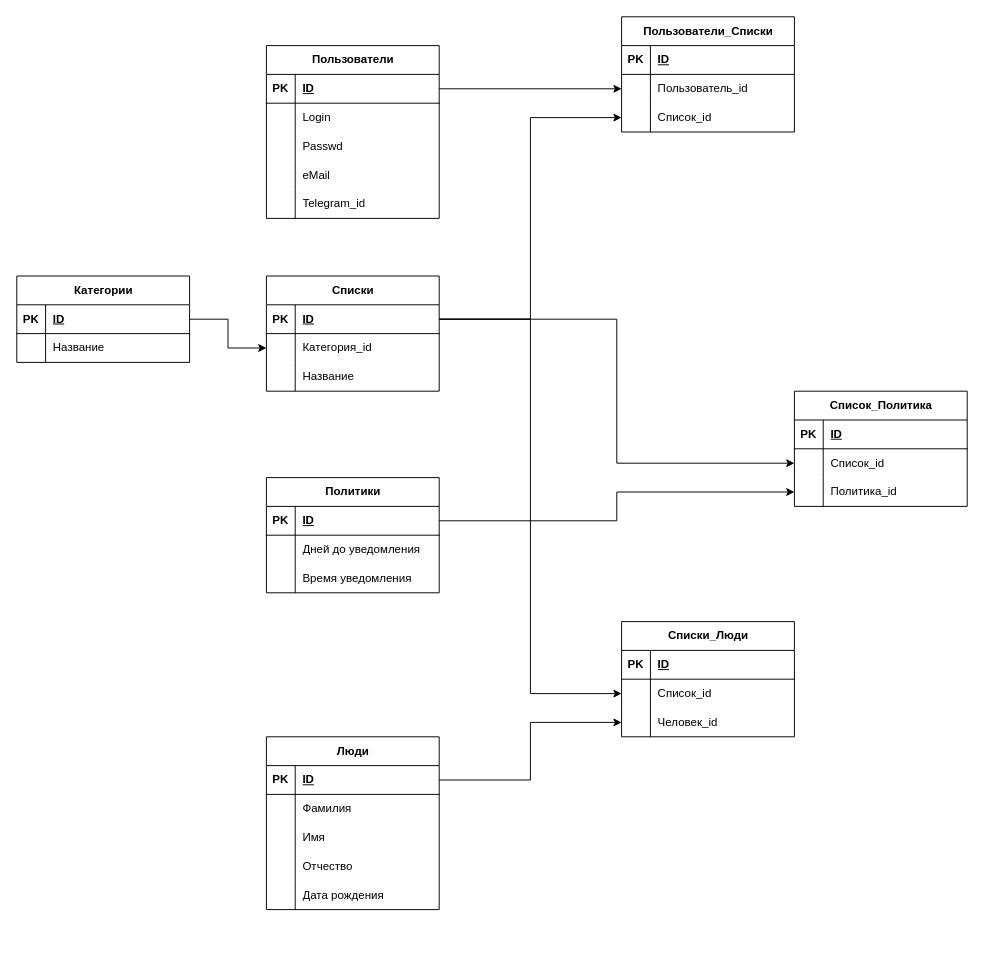
Above: Документация/структура БД.drawio in Kgn43/BDay (draw.io), before the change. Source tidied: cells renumbered, new cells numbered last; positions are measured from the earlier drawing's top-left corner, leaving out a move shared by most shapes. Both pictures are drawn from the tidied source at 96%, with x=0, y=0 at pixel (16, 16).
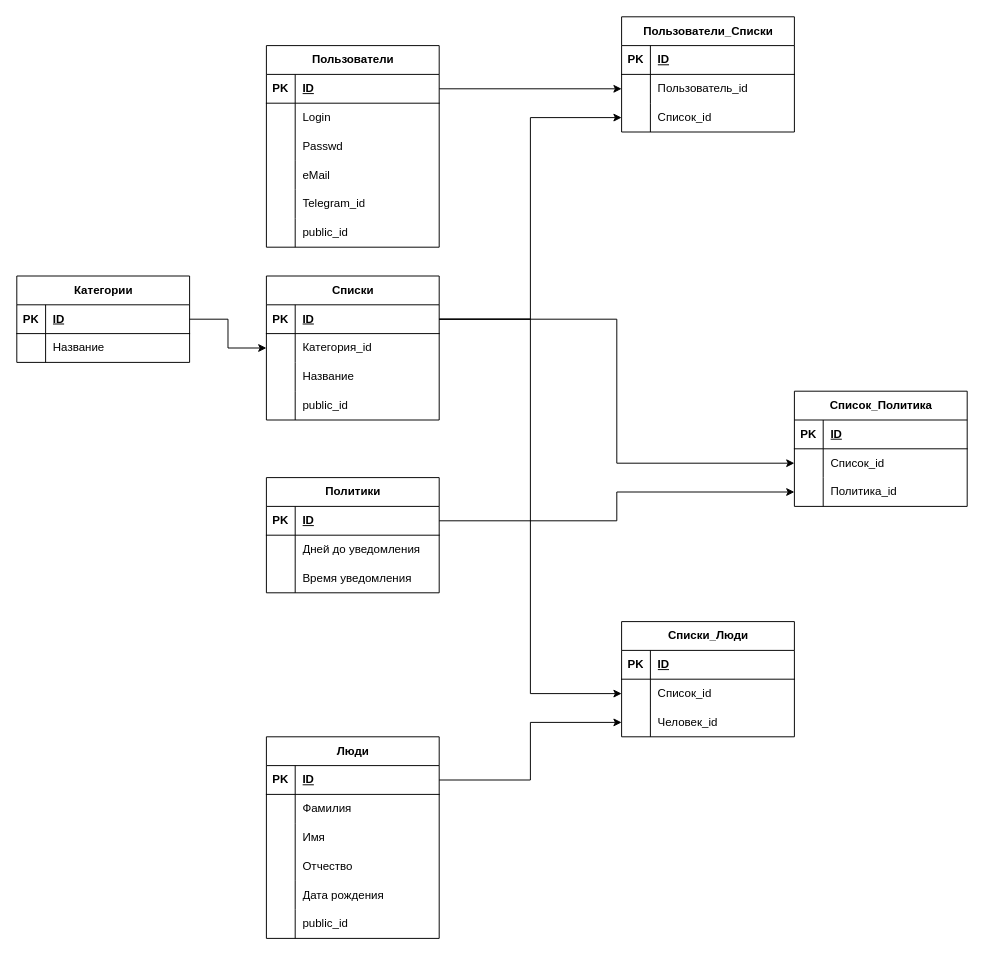
Above is the later version.

Change to the diagram source:
```diff
@@
     <mxCell id="12" value="Люди" style="shape=table;startSize=30;childLayout=tableLayout;rowLines=0;fontStyle=1;align=center;html=1;" parent="1" vertex="1">
-      <mxGeometry x="260" y="750" width="180" height="180" as="geometry" />
+      <mxGeometry x="260" y="750" width="180" height="210" as="geometry" />
     </mxCell>
@@
+    <mxCell id="98" style="shape=tableRow;horizontal=0;startSize=0;swimlaneHead=0;swimlaneBody=0;fillColor=none;top=0;left=0;right=0;bottom=0;" parent="12" vertex="1">
+      <mxGeometry y="180" width="180" height="30" as="geometry" />
+    </mxCell>
+    <mxCell id="99" style="shape=partialRectangle;fillColor=none;top=0;left=0;bottom=0;right=0;overflow=hidden;whiteSpace=wrap;html=1;" parent="98" vertex="1">
+      <mxGeometry width="30" height="30" as="geometry" />
+    </mxCell>
+    <mxCell id="100" value="public_id" style="shape=partialRectangle;fillColor=none;top=0;left=0;bottom=0;right=0;align=left;spacingLeft=6;overflow=hidden;whiteSpace=wrap;html=1;" parent="98" vertex="1">
+      <mxGeometry x="30" width="150" height="30" as="geometry" />
+    </mxCell>
     <mxCell id="28" value="Списки" style="shape=table;startSize=30;childLayout=tableLayout;rowLines=0;fontStyle=1;align=center;html=1;" parent="1" vertex="1">
-      <mxGeometry x="260" y="270" width="180" height="120" as="geometry" />
+      <mxGeometry x="260" y="270" width="180" height="150" as="geometry" />
     </mxCell>
@@
+    <mxCell id="101" style="shape=tableRow;horizontal=0;startSize=0;swimlaneHead=0;swimlaneBody=0;fillColor=none;top=0;left=0;right=0;bottom=0;" parent="28" vertex="1">
+      <mxGeometry y="120" width="180" height="30" as="geometry" />
+    </mxCell>
+    <mxCell id="102" style="shape=partialRectangle;fillColor=none;top=0;left=0;bottom=0;right=0;overflow=hidden;whiteSpace=wrap;html=1;" parent="101" vertex="1">
+      <mxGeometry width="30" height="30" as="geometry" />
+    </mxCell>
+    <mxCell id="103" value="public_id" style="shape=partialRectangle;fillColor=none;top=0;left=0;bottom=0;right=0;align=left;spacingLeft=6;overflow=hidden;whiteSpace=wrap;html=1;" parent="101" vertex="1">
+      <mxGeometry x="30" width="150" height="30" as="geometry" />
+    </mxCell>
@@
     <mxCell id="45" value="Пользователи" style="shape=table;startSize=30;childLayout=tableLayout;rowLines=0;fontStyle=1;align=center;html=1;" parent="1" vertex="1">
-      <mxGeometry x="260" y="30" width="180" height="180" as="geometry" />
+      <mxGeometry x="260" y="30" width="180" height="210" as="geometry" />
     </mxCell>
@@
+    <mxCell id="104" style="shape=tableRow;horizontal=0;startSize=0;swimlaneHead=0;swimlaneBody=0;fillColor=none;top=0;left=0;right=0;bottom=0;" parent="45" vertex="1">
+      <mxGeometry y="180" width="180" height="30" as="geometry" />
+    </mxCell>
+    <mxCell id="105" style="shape=partialRectangle;fillColor=none;top=0;left=0;bottom=0;right=0;overflow=hidden;whiteSpace=wrap;html=1;" parent="104" vertex="1">
+      <mxGeometry width="30" height="30" as="geometry" />
+    </mxCell>
+    <mxCell id="106" value="public_id" style="shape=partialRectangle;fillColor=none;top=0;left=0;bottom=0;right=0;align=left;spacingLeft=6;overflow=hidden;whiteSpace=wrap;html=1;" parent="104" vertex="1">
+      <mxGeometry x="30" width="150" height="30" as="geometry" />
+    </mxCell>
```
